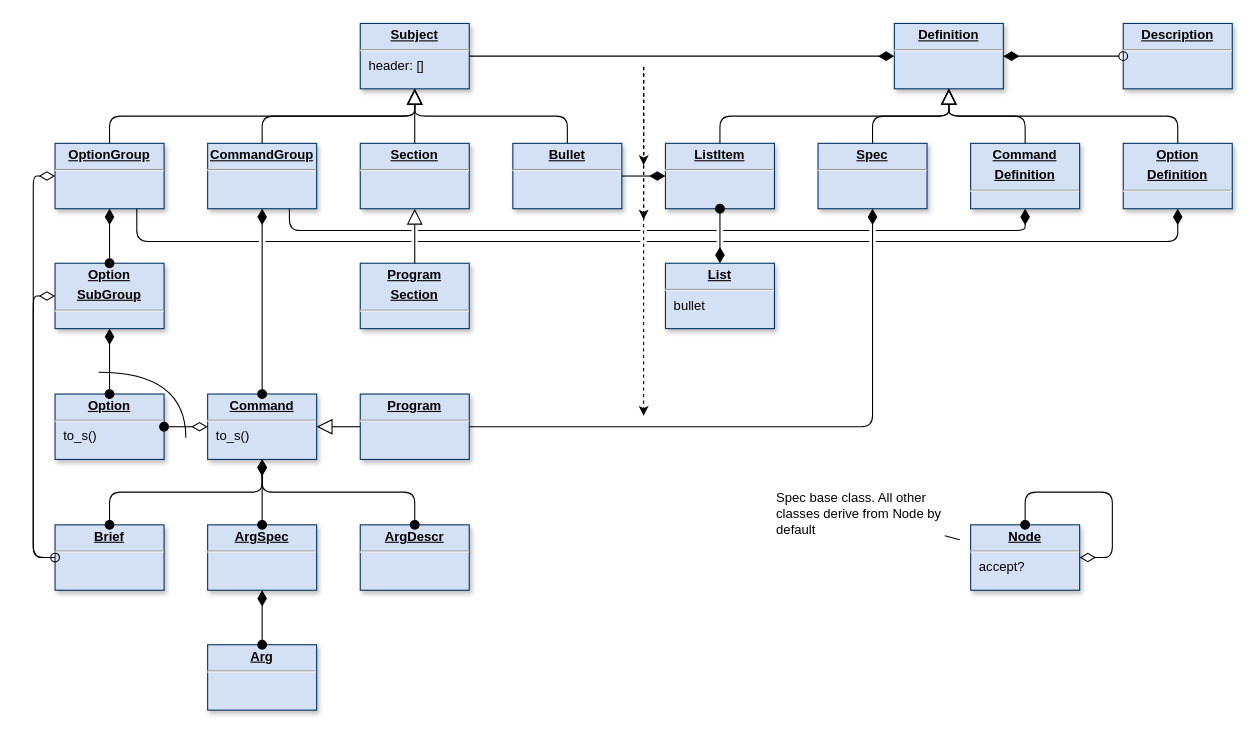
The draw.io diagram page "Ast" (1 of 6) of doc/diagram.drawio in clrgit/shellopts, before the edit. Source tidied: cells renumbered, new cells numbered last; positions are measured from the earlier drawing's top-left corner, leaving out a move shared by most shapes. Both pictures are drawn from the tidied source at 109%, with x=0, y=0 at pixel (-44, 23).
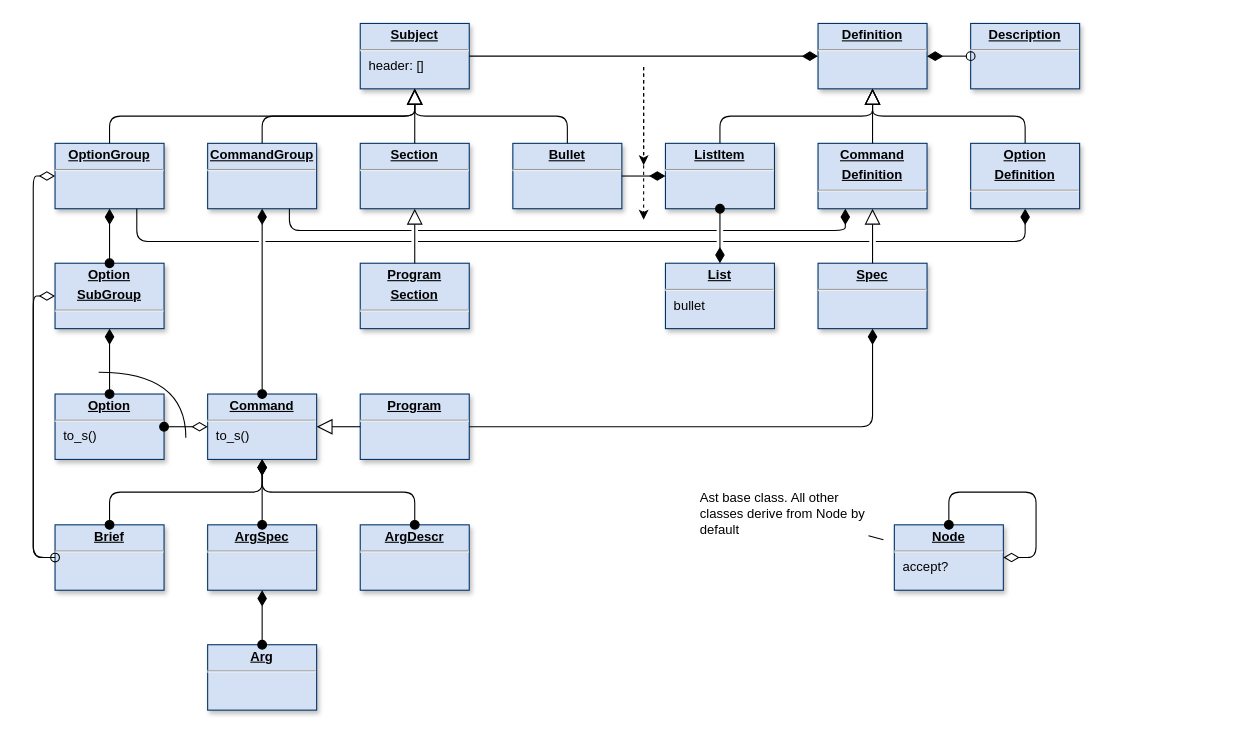
The same diagram, later.

The change refers to these unchanged cells:
```xml
<mxCell id="6" value="&lt;p style=&quot;margin: 0px ; margin-top: 4px ; text-align: center ; text-decoration: underline&quot;&gt;&lt;b&gt;CommandGroup&lt;/b&gt;&lt;/p&gt;&lt;hr&gt;&lt;p style=&quot;margin: 0px ; margin-left: 8px&quot;&gt;&lt;br&gt;&lt;/p&gt;" style="verticalAlign=top;align=left;overflow=fill;fontSize=12;fontFamily=Helvetica;html=1;shadow=1;strokeColor=#003366;fillColor=#D4E1F5;" parent="1" vertex="1">
  <mxGeometry x="230" y="110" width="100" height="60" as="geometry" />
</mxCell>
<mxCell id="43" value="&lt;p style=&quot;margin: 0px ; margin-top: 4px ; text-align: center ; text-decoration: underline&quot;&gt;&lt;b&gt;Program&lt;/b&gt;&lt;/p&gt;&lt;hr&gt;&lt;p style=&quot;margin: 0px ; margin-left: 8px&quot;&gt;&lt;br&gt;&lt;/p&gt;" style="verticalAlign=top;align=left;overflow=fill;fontSize=12;fontFamily=Helvetica;html=1;shadow=1;strokeColor=#003366;fillColor=#D4E1F5;" parent="1" vertex="1">
  <mxGeometry x="370" y="340" width="100" height="60" as="geometry" />
</mxCell>
```

Change to the diagram source:
```diff
@@
     <mxCell id="2" value="&lt;p style=&quot;margin: 0px ; margin-top: 4px ; text-align: center ; text-decoration: underline&quot;&gt;&lt;b&gt;Definition&lt;/b&gt;&lt;/p&gt;&lt;hr&gt;&lt;p style=&quot;margin: 0px ; margin-left: 8px&quot;&gt;&lt;br&gt;&lt;/p&gt;" style="verticalAlign=top;align=left;overflow=fill;fontSize=12;fontFamily=Helvetica;html=1;shadow=1;strokeColor=#003366;fillColor=#D4E1F5;" parent="1" vertex="1">
-      <mxGeometry x="860" width="100" height="60" as="geometry" />
+      <mxGeometry x="790" width="100" height="60" as="geometry" />
     </mxCell>
@@
     <mxCell id="4" value="&lt;p style=&quot;margin: 0px ; margin-top: 4px ; text-align: center ; text-decoration: underline&quot;&gt;&lt;b&gt;Description&lt;/b&gt;&lt;/p&gt;&lt;hr&gt;&lt;p style=&quot;margin: 0px ; margin-left: 8px&quot;&gt;&lt;br&gt;&lt;/p&gt;" style="verticalAlign=top;align=left;overflow=fill;fontSize=12;fontFamily=Helvetica;html=1;shadow=1;strokeColor=#003366;fillColor=#D4E1F5;" parent="1" vertex="1">
-      <mxGeometry x="1070" width="100" height="60" as="geometry" />
+      <mxGeometry x="930" width="100" height="60" as="geometry" />
     </mxCell>
@@
     <mxCell id="24" value="&lt;p style=&quot;margin: 0px ; margin-top: 4px ; text-align: center ; text-decoration: underline&quot;&gt;&lt;b&gt;Spec&lt;/b&gt;&lt;/p&gt;&lt;hr&gt;&lt;p style=&quot;margin: 0px ; margin-left: 8px&quot;&gt;&lt;br&gt;&lt;/p&gt;" style="verticalAlign=top;align=left;overflow=fill;fontSize=12;fontFamily=Helvetica;html=1;shadow=1;strokeColor=#003366;fillColor=#D4E1F5;" parent="1" vertex="1">
-      <mxGeometry x="790" y="110" width="100" height="60" as="geometry" />
+      <mxGeometry x="790" y="220" width="100" height="60" as="geometry" />
     </mxCell>
@@
-    <mxCell id="38" style="endArrow=classic;html=1;dashed=1;" parent="1" edge="1">
-      <mxGeometry relative="1" as="geometry">
-        <mxPoint x="630" y="40" as="sourcePoint" />
-        <mxPoint x="630" y="360" as="targetPoint" />
-      </mxGeometry>
-    </mxCell>
-    <mxCell id="39" style="endArrow=block;endFill=0;endSize=12;html=1;edgeStyle=elbowEdgeStyle;labelBackgroundColor=#FFFFFF;elbow=vertical;" parent="1" edge="1" source="24" target="2">
+    <mxCell id="39" style="endArrow=block;endFill=0;endSize=12;html=1;edgeStyle=elbowEdgeStyle;labelBackgroundColor=#FFFFFF;elbow=vertical;" parent="1" edge="1" source="24" target="46">
       <mxGeometry relative="1" as="geometry" />
     </mxCell>
@@
-    <mxCell id="44" style="endArrow=diamondThin;endFill=1;endSize=12;html=1;edgeStyle=orthogonalEdgeStyle;labelBackgroundColor=#FFFFFF;startSize=8;startArrow=none;startFill=0;elbow=vertical;" parent="1" edge="1" source="43" target="24">
-      <mxGeometry relative="1" as="geometry">
-        <Array as="points">
-          <mxPoint x="840" y="370" />
-        </Array>
-      </mxGeometry>
-    </mxCell>
@@
     <mxCell id="46" value="&lt;p style=&quot;margin: 0px ; margin-top: 4px ; text-align: center ; text-decoration: underline&quot;&gt;&lt;b&gt;Command&lt;/b&gt;&lt;/p&gt;&lt;p style=&quot;margin: 0px ; margin-top: 4px ; text-align: center ; text-decoration: underline&quot;&gt;&lt;b&gt;Definition&lt;/b&gt;&lt;/p&gt;&lt;hr&gt;&lt;p style=&quot;margin: 0px ; margin-left: 8px&quot;&gt;&lt;br&gt;&lt;/p&gt;" style="verticalAlign=top;align=left;overflow=fill;fontSize=12;fontFamily=Helvetica;html=1;shadow=1;strokeColor=#003366;fillColor=#D4E1F5;" parent="1" vertex="1">
-      <mxGeometry x="930" y="110" width="100" height="60" as="geometry" />
+      <mxGeometry x="790" y="110" width="100" height="60" as="geometry" />
     </mxCell>
     <mxCell id="47" value="&lt;p style=&quot;margin: 0px ; margin-top: 4px ; text-align: center ; text-decoration: underline&quot;&gt;&lt;b&gt;Option&lt;/b&gt;&lt;/p&gt;&lt;p style=&quot;margin: 0px ; margin-top: 4px ; text-align: center ; text-decoration: underline&quot;&gt;&lt;b&gt;Definition&lt;/b&gt;&lt;/p&gt;&lt;hr&gt;&lt;p style=&quot;margin: 0px ; margin-left: 8px&quot;&gt;&lt;br&gt;&lt;/p&gt;" style="verticalAlign=top;align=left;overflow=fill;fontSize=12;fontFamily=Helvetica;html=1;shadow=1;strokeColor=#003366;fillColor=#D4E1F5;" parent="1" vertex="1">
-      <mxGeometry x="1070" y="110" width="100" height="60" as="geometry" />
+      <mxGeometry x="930" y="110" width="100" height="60" as="geometry" />
     </mxCell>
@@
-    <mxCell id="49" style="endArrow=diamondThin;endFill=1;endSize=12;html=1;edgeStyle=elbowEdgeStyle;labelBackgroundColor=#FFFFFF;startSize=8;startArrow=none;startFill=0;elbow=vertical;exitX=0.75;exitY=1;exitDx=0;exitDy=0;jumpStyle=gap;" parent="1" edge="1" source="6" target="46">
+    <mxCell id="49" style="endArrow=diamondThin;endFill=1;endSize=12;html=1;edgeStyle=elbowEdgeStyle;labelBackgroundColor=#FFFFFF;startSize=8;startArrow=none;startFill=0;elbow=vertical;exitX=0.75;exitY=1;exitDx=0;exitDy=0;jumpStyle=gap;entryX=0.25;entryY=1;entryDx=0;entryDy=0;" parent="1" edge="1" source="6" target="46">
       <mxGeometry relative="1" as="geometry">
         <Array as="points">
           <mxPoint x="800" y="190" />
           <mxPoint x="900" y="200" />
           <mxPoint x="830" y="210" />
           <mxPoint x="490" y="220" />
         </Array>
       </mxGeometry>
     </mxCell>
@@
     <mxCell id="52" value="&lt;p style=&quot;margin: 0px ; margin-top: 4px ; text-align: center ; text-decoration: underline&quot;&gt;&lt;b&gt;Node&lt;/b&gt;&lt;/p&gt;&lt;hr&gt;&lt;p style=&quot;margin: 0px ; margin-left: 8px&quot;&gt;accept?&lt;/p&gt;" style="verticalAlign=top;align=left;overflow=fill;fontSize=12;fontFamily=Helvetica;html=1;shadow=1;strokeColor=#003366;fillColor=#D4E1F5;" parent="1" vertex="1">
-      <mxGeometry x="930" y="460" width="100" height="60" as="geometry" />
+      <mxGeometry x="860" y="460" width="100" height="60" as="geometry" />
     </mxCell>
@@
-    <mxCell id="54" value="Spec base class. All other classes derive from Node by default" style="text;html=1;strokeColor=none;fillColor=none;align=left;verticalAlign=middle;whiteSpace=wrap;rounded=0;labelPosition=center;verticalLabelPosition=middle;" parent="1" vertex="1">
-      <mxGeometry x="750" y="440" width="165" height="20" as="geometry" />
+    <mxCell id="54" value="Ast base class. All other classes derive from Node by default" style="text;html=1;strokeColor=none;fillColor=none;align=left;verticalAlign=middle;whiteSpace=wrap;rounded=0;labelPosition=center;verticalLabelPosition=middle;" parent="1" vertex="1">
+      <mxGeometry x="680" y="440" width="165" height="20" as="geometry" />
     </mxCell>
@@
     <mxCell id="56" style="endArrow=diamondThin;endFill=0;endSize=12;html=1;edgeStyle=orthogonalEdgeStyle;labelBackgroundColor=#FFFFFF;startSize=8;startArrow=oval;startFill=1;elbow=vertical;exitX=0.5;exitY=0;exitDx=0;exitDy=0;" parent="1" edge="1" source="52" target="52">
       <mxGeometry relative="1" as="geometry">
         <Array as="points">
-          <mxPoint x="980" y="430" />
-          <mxPoint x="1060" y="430" />
-          <mxPoint x="1060" y="490" />
+          <mxPoint x="910" y="430" />
+          <mxPoint x="990" y="430" />
+          <mxPoint x="990" y="490" />
         </Array>
       </mxGeometry>
     </mxCell>
@@
+    <mxCell id="44" style="endArrow=diamondThin;endFill=1;endSize=12;html=1;edgeStyle=elbowEdgeStyle;labelBackgroundColor=#FFFFFF;startSize=8;startArrow=none;startFill=0;elbow=vertical;" parent="1" edge="1" source="43" target="24">
+      <mxGeometry relative="1" as="geometry">
+        <Array as="points">
+          <mxPoint x="730" y="370" />
+        </Array>
+      </mxGeometry>
+    </mxCell>
```
